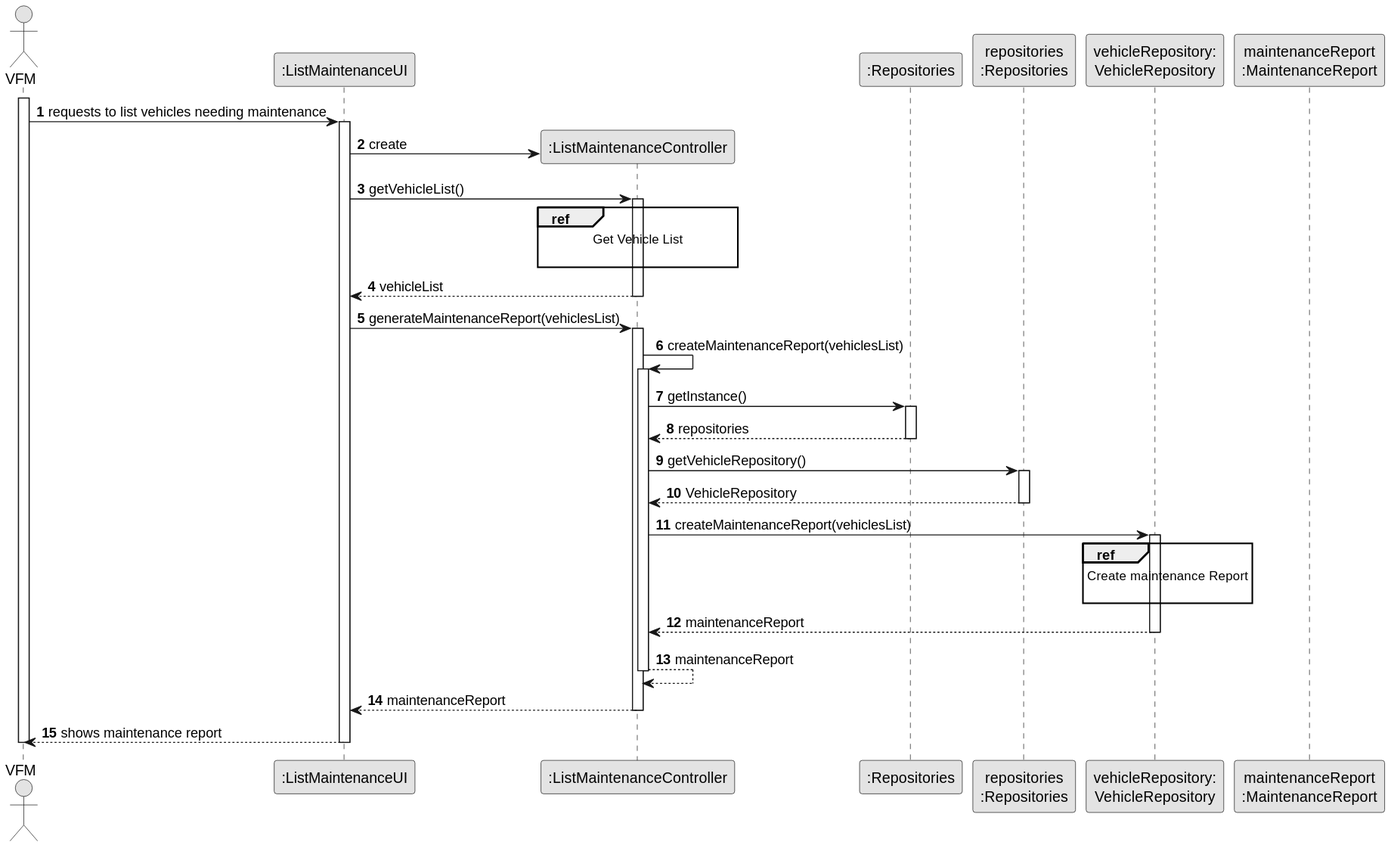
Before: docs/sprintB/us008/03.design/svg/us008-sequence-diagram-split.svg, a diagram exported from PlantUML (ricardomm7/leaflink).
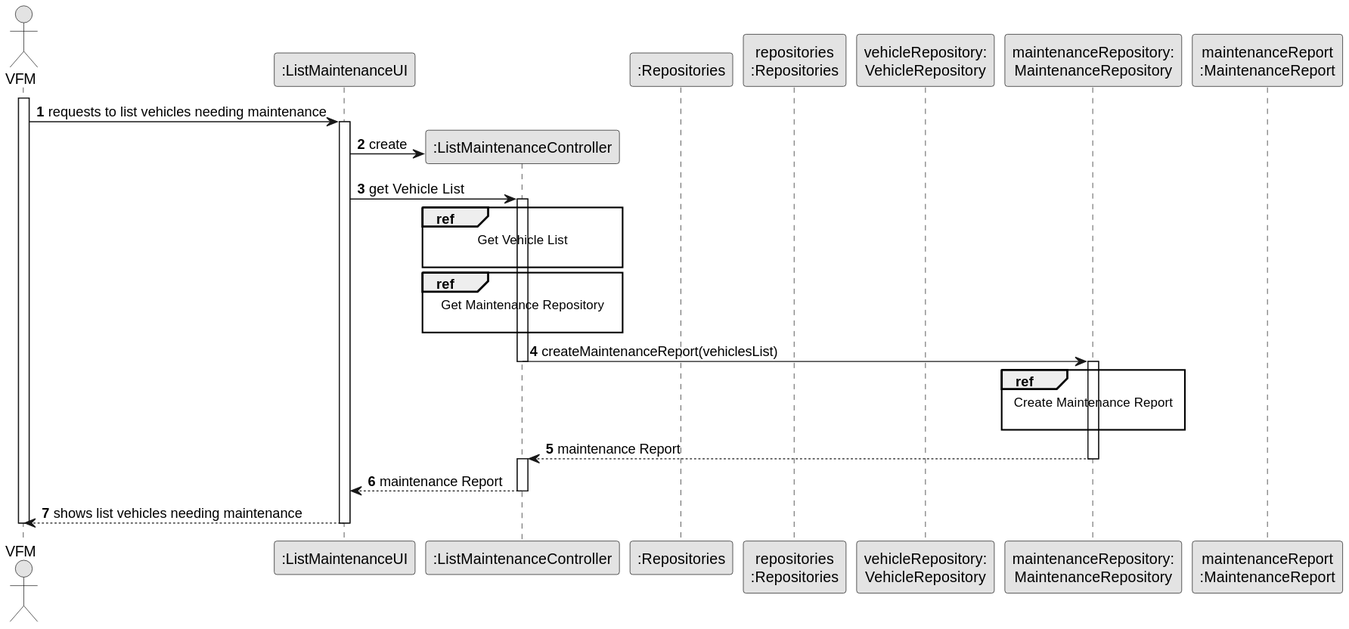
After the change.

What changed in the source:
```diff
@@ -11,6 +11,7 @@
 participant ":Repositories" as RepositorySingleton
 participant "repositories\n:Repositories" as PLAT
 participant "vehicleRepository:\nVehicleRepository" as VehicleRepository
+participant "maintenanceRepository:\nMaintenanceRepository" as MaintenanceRepository
 participant "maintenanceReport\n:MaintenanceReport" as MaintenanceReport
 
 activate VFM
@@ -20,58 +21,39 @@
 
         UI -> CTRL** : create
 
-        UI -> CTRL : getVehicleList()
+        UI -> CTRL : get Vehicle List
         activate CTRL
 
         ref over CTRL
-                                        Get Vehicle List
+                                            Get Vehicle List
 
-                                    end ref
+                                                end ref
+
+        ref over CTRL
+                                            Get Maintenance Repository
+
+                                                end ref
 
 
+                CTRL -> MaintenanceRepository : createMaintenanceReport(vehiclesList)
+                deactivate CTRL
+                activate MaintenanceRepository
 
-            CTRL --> UI : vehicleList
-        deactivate CTRL
+        ref over MaintenanceRepository
+                                            Create Maintenance Report
+
+                                                 end ref
 
 
-        UI -> CTRL : generateMaintenanceReport(vehiclesList)
-        activate CTRL
+                MaintenanceRepository --> CTRL : maintenance Report
+                deactivate MaintenanceRepository
 
-            CTRL -> CTRL : createMaintenanceReport(vehiclesList)
             activate CTRL
 
-                CTRL -> RepositorySingleton : getInstance()
-                activate RepositorySingleton
-
-                    RepositorySingleton --> CTRL: repositories
-                deactivate RepositorySingleton
-
-                CTRL -> PLAT : getVehicleRepository()
-                activate PLAT
-
-                    PLAT --> CTRL: VehicleRepository
-                deactivate PLAT
-
-                CTRL -> VehicleRepository : createMaintenanceReport(vehiclesList)
-                activate VehicleRepository
-
-                ref over VehicleRepository
-                                                Create maintenance Report
-
-                                            end ref
-
-
-
-                VehicleRepository --> CTRL : maintenanceReport
-                deactivate VehicleRepository
-
-            CTRL --> CTRL : maintenanceReport
+            CTRL --> UI : maintenance Report
             deactivate CTRL
 
-            CTRL --> UI : maintenanceReport
-        deactivate CTRL
-
-        UI --> VFM : shows maintenance report
+        UI --> VFM : shows list vehicles needing maintenance
     deactivate UI
 
 deactivate VFM
```
